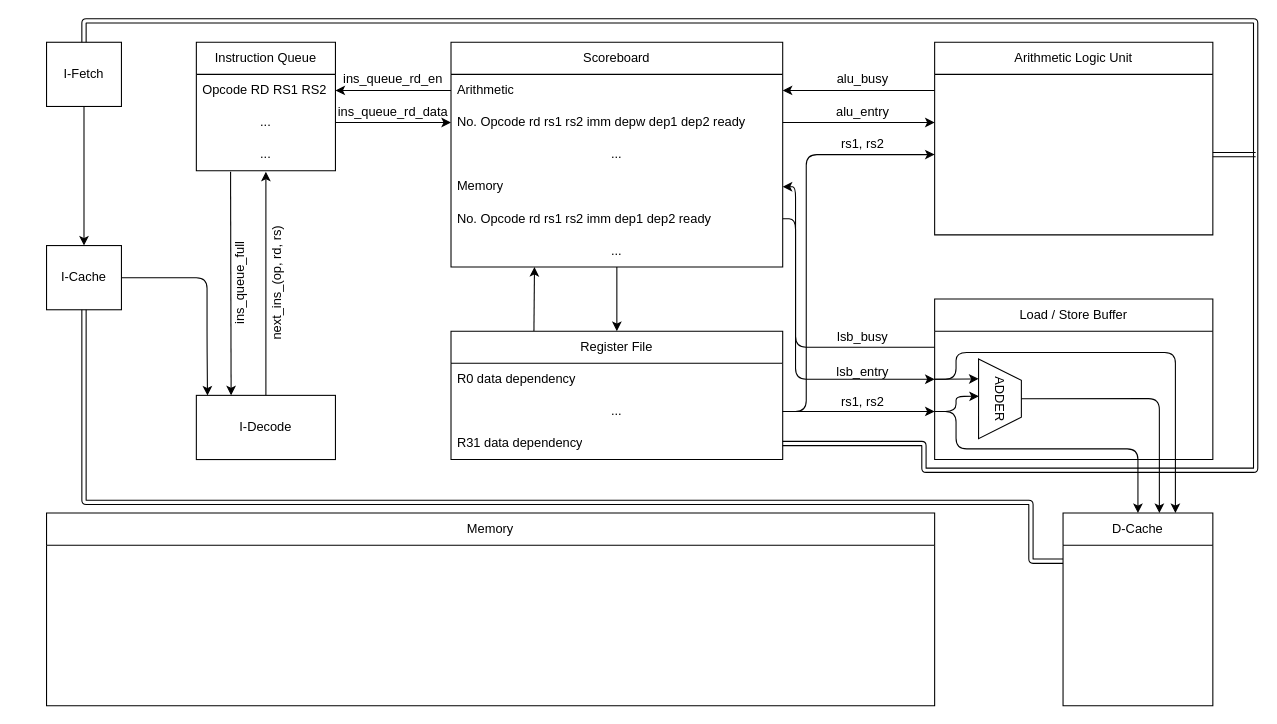
Earlier version of the draw.io diagram doc/structure.drawio (Conless/tiramisu). Source tidied: cells renumbered, new cells numbered last; positions are measured from the earlier drawing's top-left corner, leaving out a move shared by most shapes. Both pictures are drawn from the tidied source at 107%, with x=0, y=0 at pixel (46, 20).
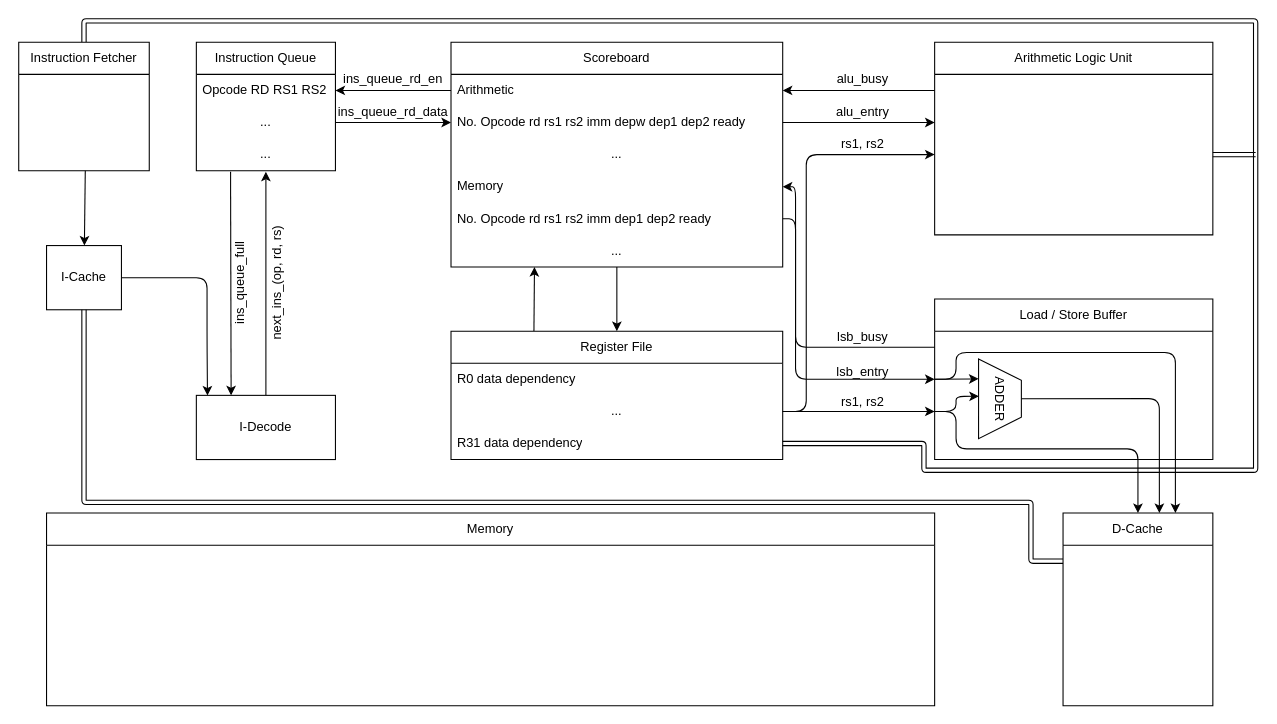
The same page after the edit.

Commit message (it also covers changes not shown here):
feat(doc): update the structure of scoreboard.

The change refers to these unchanged cells:
```xml
<mxCell id="6" value="I-Cache" style="whiteSpace=wrap;html=1;" parent="1" vertex="1">
  <mxGeometry y="210" width="70" height="60" as="geometry" />
</mxCell>
<mxCell id="31" value="R31 data dependency" style="text;strokeColor=none;fillColor=none;align=left;verticalAlign=middle;spacingLeft=4;spacingRight=4;overflow=hidden;points=[[0,0.5],[1,0.5]];portConstraint=eastwest;whiteSpace=wrap;html=1;" parent="28" vertex="1">
  <mxGeometry y="90" width="310" height="30" as="geometry" />
</mxCell>
```

Diff of the diagram source:
```diff
@@
-    <mxCell id="3" style="edgeStyle=none;html=1;" parent="1" edge="1" source="4" target="6">
-      <mxGeometry relative="1" as="geometry" />
+    <mxCell id="3" style="edgeStyle=none;html=1;" parent="1" edge="1" target="6">
+      <mxGeometry relative="1" as="geometry">
+        <mxPoint x="36.2" y="140" as="sourcePoint" />
+      </mxGeometry>
     </mxCell>
-    <mxCell id="4" value="I-Fetch" style="whiteSpace=wrap;html=1;" parent="1" vertex="1">
-      <mxGeometry y="20" width="70" height="60" as="geometry" />
-    </mxCell>
@@
-    <mxCell id="73" style="endArrow=none;html=1;shape=link;exitX=1;exitY=0.5;exitDx=0;exitDy=0;entryX=0.5;entryY=0;entryDx=0;entryDy=0;" parent="1" edge="1" source="31" target="4">
+    <mxCell id="73" style="endArrow=none;html=1;shape=link;exitX=1;exitY=0.5;exitDx=0;exitDy=0;entryX=0.5;entryY=0;entryDx=0;entryDy=0;" parent="1" edge="1" source="31" target="76">
       <mxGeometry relative="1" as="geometry">
         <Array as="points">
           <mxPoint x="820" y="395" />
           <mxPoint x="820" y="420" />
           <mxPoint x="1130" y="420" />
           <mxPoint x="1130" />
           <mxPoint x="35" />
         </Array>
       </mxGeometry>
     </mxCell>
@@
+    <mxCell id="76" value="Instruction Fetcher" style="swimlane;fontStyle=0;horizontal=1;startSize=30;whiteSpace=wrap;html=1;" parent="1" vertex="1">
+      <mxGeometry x="-26" y="20" width="122" height="120" as="geometry" />
+    </mxCell>
+    <mxCell id="77" style="text;strokeColor=none;fillColor=none;align=left;verticalAlign=middle;spacingLeft=4;spacingRight=4;overflow=hidden;whiteSpace=wrap;html=1;" parent="76" vertex="1">
+      <mxGeometry y="30" width="122" height="30" as="geometry" />
+    </mxCell>
+    <mxCell id="78" style="text;strokeColor=none;fillColor=none;align=left;verticalAlign=middle;spacingLeft=4;spacingRight=4;overflow=hidden;whiteSpace=wrap;html=1;" parent="76" vertex="1">
+      <mxGeometry y="60" width="122" height="30" as="geometry" />
+    </mxCell>
+    <mxCell id="79" style="text;strokeColor=none;fillColor=none;align=left;verticalAlign=middle;spacingLeft=4;spacingRight=4;overflow=hidden;whiteSpace=wrap;html=1;" parent="76" vertex="1">
+      <mxGeometry y="90" width="122" height="30" as="geometry" />
+    </mxCell>
```
